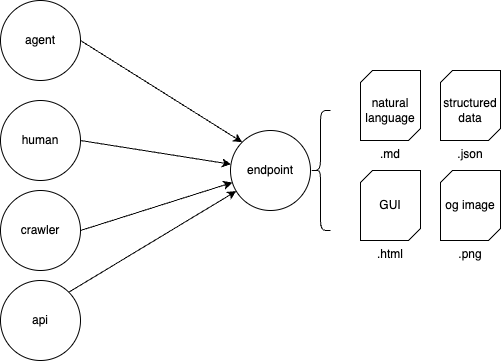
janwilmake/cloudflare-user-agent-router keeps this draw.io diagram as user-agent-router.drawio.png. Above is the earlier version. Source tidied: cells renumbered, new cells last; positions are measured from the earlier drawing's top-left corner, leaving out a move shared by most shapes.
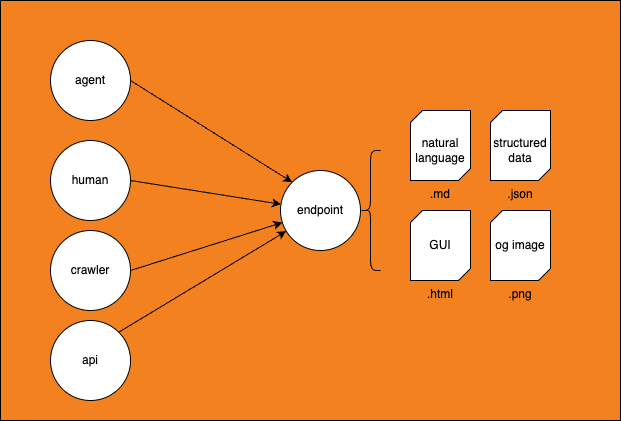
After the change.

Change to the diagram source:
```diff
@@ -2,6 +2,9 @@
   <root>
     <mxCell id="0" />
     <mxCell id="1" parent="0" />
+    <mxCell id="20" style="rounded=0;whiteSpace=wrap;html=1;fillColor=#F48120;" parent="1" vertex="1">
+      <mxGeometry x="-50" y="-40" width="620" height="420" as="geometry" />
+    </mxCell>
     <mxCell id="2" value="endpoint" style="ellipse;whiteSpace=wrap;html=1;" parent="1" vertex="1">
       <mxGeometry x="230" y="130" width="80" height="80" as="geometry" />
     </mxCell>
```
